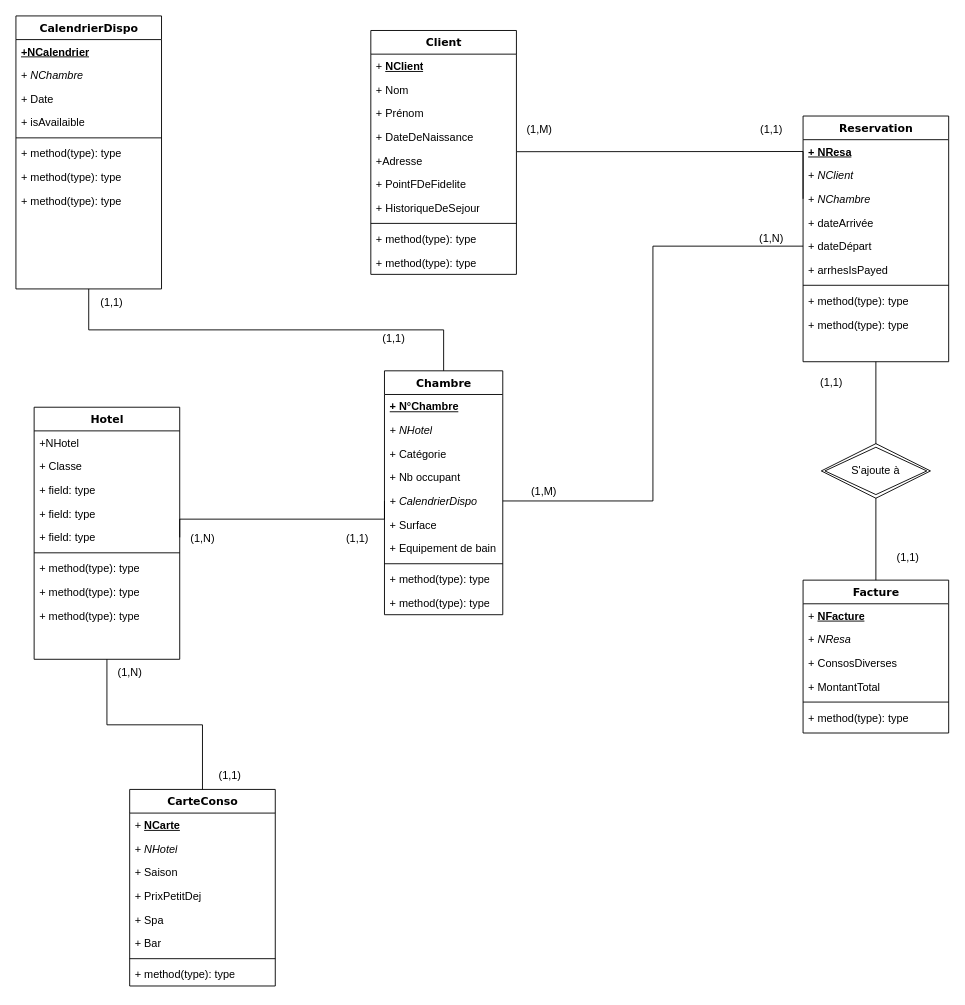
Earlier version of the draw.io diagram Untitled Diagram.drawio (Adrien-bot/Biostat-BDD). Source tidied: cells renumbered, new cells numbered last; positions are measured from the earlier drawing's top-left corner, leaving out a move shared by most shapes. Both pictures are drawn from the tidied source at 91%, with x=0, y=0 at pixel (15, 15).
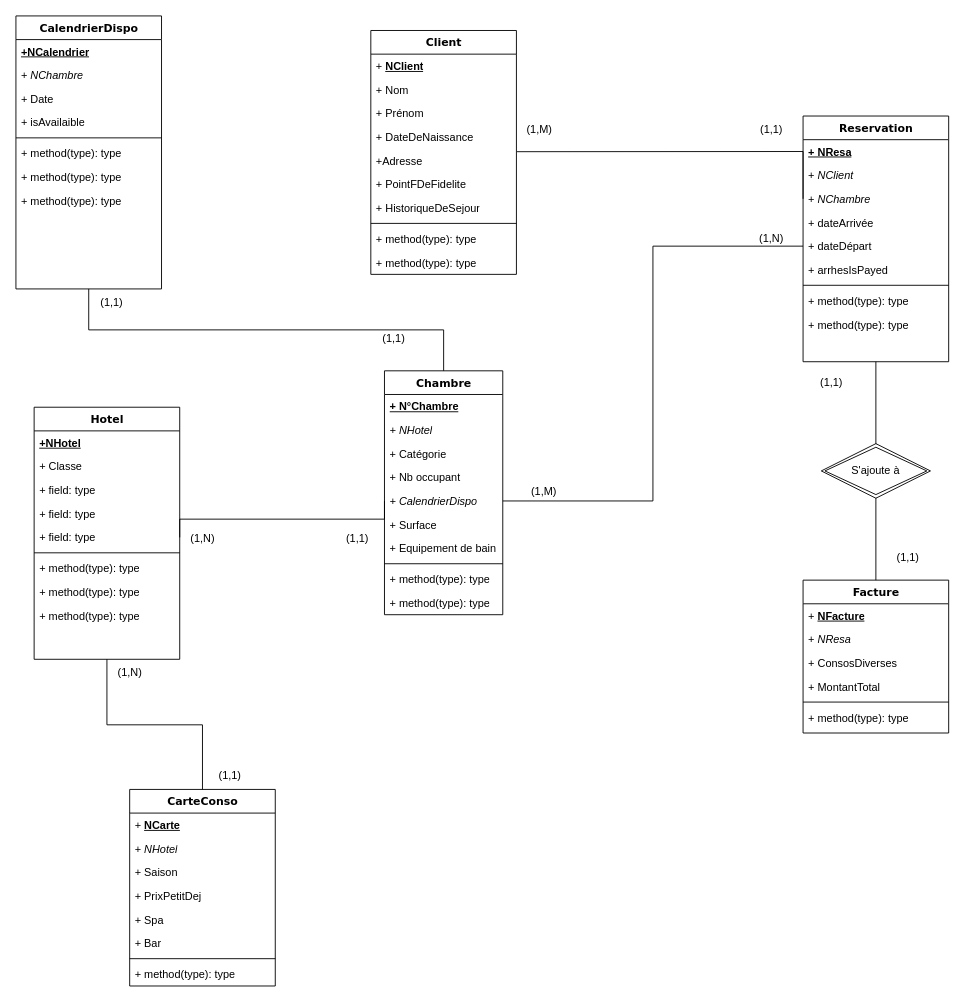
Above is the later version.

Unchanged cells that the change refers to:
```xml
<mxCell id="14" value="Hotel" style="swimlane;html=1;fontStyle=1;align=center;verticalAlign=top;horizontal=1;startSize=26;swimlaneFillColor=#ffffff;rounded=0;shadow=0;comic=0;labelBackgroundColor=none;strokeWidth=1;fillColor=none;fontFamily=Verdana;fontSize=12;" parent="1" vertex="1">
  <mxGeometry x="20" y="430" width="160" height="277" as="geometry" />
</mxCell>
```

Diff of the diagram source:
```diff
@@
-    <mxCell id="15" value="+NHotel" style="text;html=1;strokeColor=none;fillColor=none;align=left;verticalAlign=top;spacingLeft=4;spacingRight=4;whiteSpace=wrap;overflow=hidden;" parent="14" vertex="1">
+    <mxCell id="15" value="&lt;b&gt;&lt;u&gt;+NHotel&lt;/u&gt;&lt;/b&gt;" style="text;html=1;strokeColor=none;fillColor=none;align=left;verticalAlign=top;spacingLeft=4;spacingRight=4;whiteSpace=wrap;overflow=hidden;" parent="14" vertex="1">
       <mxGeometry y="26" width="160" height="26" as="geometry" />
     </mxCell>
```
